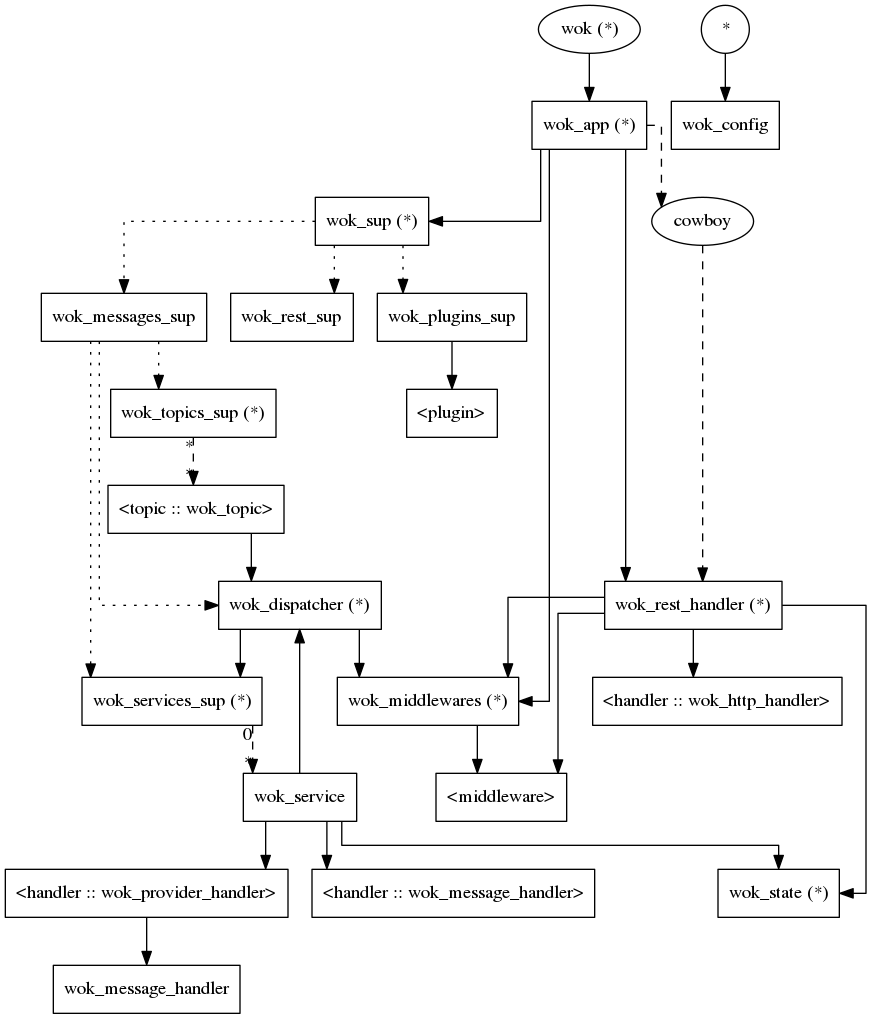
Earlier version of the Graphviz export wok.call.png (botsunit/wok). Its source is kept beside it as wok.call.gv.
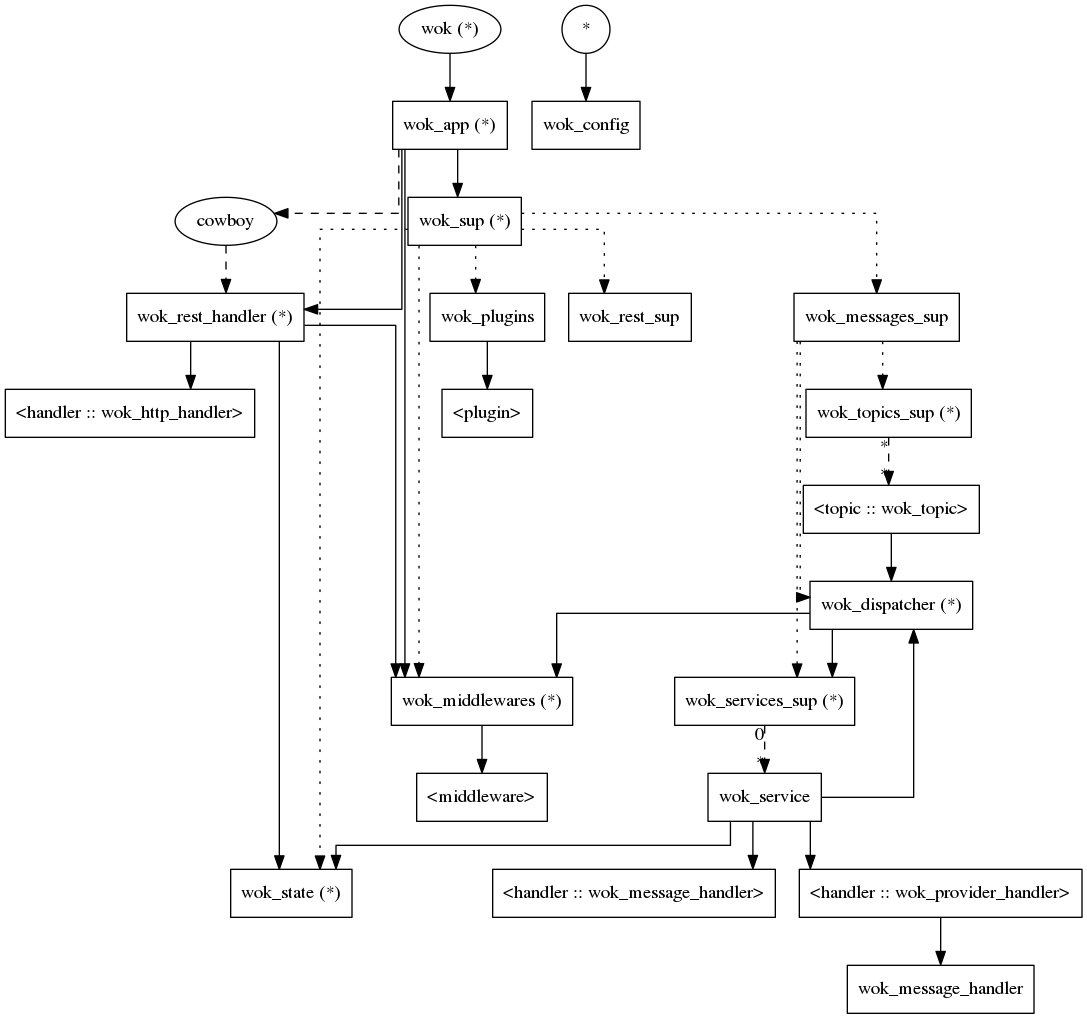
Above is the later version.

Commit message:
Finalize wok plugins

What changed in the source:
```diff
@@ -28,14 +28,15 @@
 
   wok_sup -> wok_messages_sup [style=dotted];
   wok_sup -> wok_rest_sup [style=dotted];
-  wok_sup -> wok_plugins_sup [style=dotted];
+  wok_sup -> wok_plugins [style=dotted];
+  wok_sup -> wok_middlewares [style=dotted];
+  wok_sup -> wok_state [style=dotted];
 
-  wok_plugins_sup -> "<plugin>";
+  wok_plugins -> "<plugin>";
 
   cowboy -> wok_rest_handler [style=dashed];
 
   wok_rest_handler -> "<handler :: wok_http_handler>";
-  wok_rest_handler -> "<middleware>";
   wok_rest_handler -> wok_middlewares;
   wok_rest_handler -> wok_state;
 
```
